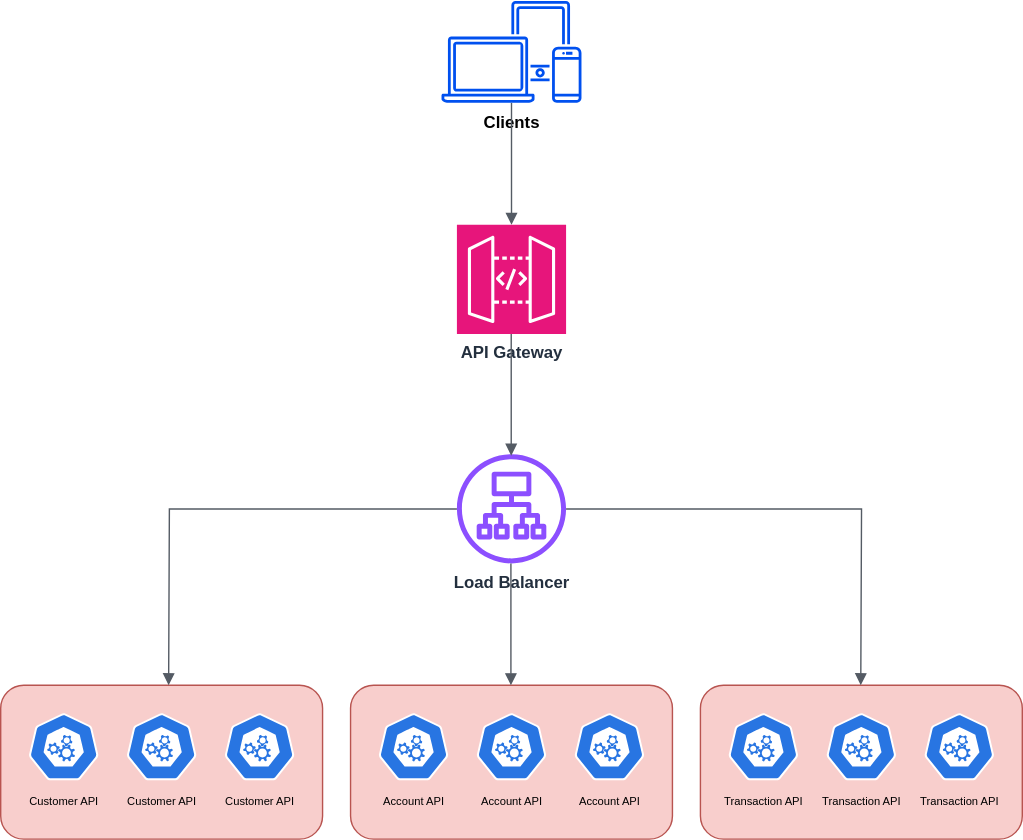
This is diagram.drawio.svg from julianjupiter/jupiterbank, a draw.io export, as it was before one commit. Source tidied: cells renumbered, new cells last; positions are measured from the earlier drawing's top-left corner, leaving out a move shared by most shapes. Its diagram source:
```xml
<mxGraphModel>
  <root>
    <mxCell id="0" />
    <mxCell id="1" parent="0" />
    <mxCell id="2" value="&lt;b&gt;&lt;font color=&quot;#000000&quot;&gt;Clients&lt;/font&gt;&lt;/b&gt;" style="sketch=0;outlineConnect=0;strokeColor=#001DBC;fillColor=#0050ef;dashed=0;verticalLabelPosition=bottom;verticalAlign=top;align=center;html=1;fontSize=12;fontStyle=0;shape=mxgraph.aws4.illustration_devices;fontColor=#ffffff;" parent="1" vertex="1">
      <mxGeometry x="315" width="100" height="73" as="geometry" />
    </mxCell>
    <mxCell id="3" value="&lt;b&gt;&lt;font style=&quot;font-size: 12px;&quot;&gt;Load Balancer&lt;/font&gt;&lt;/b&gt;" style="sketch=0;outlineConnect=0;fontColor=#232F3E;gradientColor=none;fillColor=#8C4FFF;strokeColor=none;dashed=0;verticalLabelPosition=bottom;verticalAlign=top;align=center;html=1;fontSize=12;fontStyle=0;shape=mxgraph.aws4.application_load_balancer;" parent="1" vertex="1">
      <mxGeometry x="326" y="324" width="78" height="78" as="geometry" />
    </mxCell>
    <mxCell id="4" style="edgeStyle=orthogonalEdgeStyle;html=1;endArrow=block;elbow=vertical;startArrow=none;endFill=1;strokeColor=#545B64;rounded=0;" parent="1" edge="1" source="2">
      <mxGeometry relative="1" as="geometry">
        <mxPoint x="365" y="160" as="targetPoint" />
      </mxGeometry>
    </mxCell>
    <mxCell id="5" value="&lt;font size=&quot;1&quot; style=&quot;&quot;&gt;&lt;b style=&quot;font-size: 12px;&quot;&gt;API Gateway&lt;/b&gt;&lt;/font&gt;" style="sketch=0;fontColor=#232F3E;fillColor=#E7157B;strokeColor=#ffffff;dashed=0;verticalLabelPosition=bottom;verticalAlign=top;align=center;html=1;fontSize=12;fontStyle=0;shape=mxgraph.aws4.resourceIcon;resIcon=mxgraph.aws4.api_gateway;" parent="1" vertex="1">
      <mxGeometry x="326" y="160" width="78" height="78" as="geometry" />
    </mxCell>
    <mxCell id="6" style="rounded=1;whiteSpace=wrap;html=1;fillColor=#f8cecc;strokeColor=#b85450;" parent="1" vertex="1">
      <mxGeometry y="489" width="230" height="110" as="geometry" />
    </mxCell>
    <mxCell id="7" style="edgeStyle=orthogonalEdgeStyle;html=1;endArrow=block;elbow=vertical;startArrow=none;endFill=1;strokeColor=#545B64;rounded=0;" parent="1" edge="1">
      <mxGeometry relative="1" as="geometry">
        <mxPoint x="364.8" y="238" as="sourcePoint" />
        <mxPoint x="364.8" y="325" as="targetPoint" />
      </mxGeometry>
    </mxCell>
    <mxCell id="8" value="&lt;font style=&quot;font-size: 8px;&quot;&gt;Customer API&lt;/font&gt;" style="sketch=0;html=1;dashed=0;whitespace=wrap;verticalLabelPosition=bottom;verticalAlign=top;fillColor=#2875E2;strokeColor=#ffffff;shape=mxgraph.kubernetes.icon2;prIcon=api;" parent="1" vertex="1">
      <mxGeometry x="20" y="509" width="50" height="48" as="geometry" />
    </mxCell>
    <mxCell id="9" value="&lt;font style=&quot;font-size: 8px;&quot;&gt;Customer API&lt;/font&gt;" style="sketch=0;html=1;dashed=0;whitespace=wrap;verticalLabelPosition=bottom;verticalAlign=top;fillColor=#2875E2;strokeColor=#ffffff;shape=mxgraph.kubernetes.icon2;prIcon=api;" parent="1" vertex="1">
      <mxGeometry x="90" y="509" width="50" height="48" as="geometry" />
    </mxCell>
    <mxCell id="10" value="&lt;font style=&quot;font-size: 8px;&quot;&gt;Customer API&lt;/font&gt;" style="sketch=0;html=1;dashed=0;whitespace=wrap;verticalLabelPosition=bottom;verticalAlign=top;fillColor=#2875E2;strokeColor=#ffffff;shape=mxgraph.kubernetes.icon2;prIcon=api;" parent="1" vertex="1">
      <mxGeometry x="160" y="509" width="50" height="48" as="geometry" />
    </mxCell>
    <mxCell id="11" style="rounded=1;whiteSpace=wrap;html=1;fillColor=#f8cecc;strokeColor=#b85450;" parent="1" vertex="1">
      <mxGeometry x="250" y="489" width="230" height="110" as="geometry" />
    </mxCell>
    <mxCell id="12" value="&lt;font style=&quot;font-size: 8px;&quot;&gt;Account API&lt;/font&gt;" style="sketch=0;html=1;dashed=0;whitespace=wrap;verticalLabelPosition=bottom;verticalAlign=top;fillColor=#2875E2;strokeColor=#ffffff;shape=mxgraph.kubernetes.icon2;prIcon=api;" parent="1" vertex="1">
      <mxGeometry x="270" y="509" width="50" height="48" as="geometry" />
    </mxCell>
    <mxCell id="13" value="&lt;font style=&quot;font-size: 8px;&quot;&gt;Account API&lt;/font&gt;" style="sketch=0;html=1;dashed=0;whitespace=wrap;verticalLabelPosition=bottom;verticalAlign=top;fillColor=#2875E2;strokeColor=#ffffff;shape=mxgraph.kubernetes.icon2;prIcon=api;" parent="1" vertex="1">
      <mxGeometry x="340" y="509" width="50" height="48" as="geometry" />
    </mxCell>
    <mxCell id="14" value="&lt;font style=&quot;font-size: 8px;&quot;&gt;Account API&lt;/font&gt;" style="sketch=0;html=1;dashed=0;whitespace=wrap;verticalLabelPosition=bottom;verticalAlign=top;fillColor=#2875E2;strokeColor=#ffffff;shape=mxgraph.kubernetes.icon2;prIcon=api;" parent="1" vertex="1">
      <mxGeometry x="410" y="509" width="50" height="48" as="geometry" />
    </mxCell>
    <mxCell id="15" style="rounded=1;whiteSpace=wrap;html=1;fillColor=#f8cecc;strokeColor=#b85450;" parent="1" vertex="1">
      <mxGeometry x="500" y="489" width="230" height="110" as="geometry" />
    </mxCell>
    <mxCell id="16" value="&lt;font style=&quot;font-size: 8px;&quot;&gt;Transaction API&lt;/font&gt;" style="sketch=0;html=1;dashed=0;whitespace=wrap;verticalLabelPosition=bottom;verticalAlign=top;fillColor=#2875E2;strokeColor=#ffffff;shape=mxgraph.kubernetes.icon2;prIcon=api;" parent="1" vertex="1">
      <mxGeometry x="520" y="509" width="50" height="48" as="geometry" />
    </mxCell>
    <mxCell id="17" value="&lt;font style=&quot;font-size: 8px;&quot;&gt;Transaction API&lt;/font&gt;" style="sketch=0;html=1;dashed=0;whitespace=wrap;verticalLabelPosition=bottom;verticalAlign=top;fillColor=#2875E2;strokeColor=#ffffff;shape=mxgraph.kubernetes.icon2;prIcon=api;" parent="1" vertex="1">
      <mxGeometry x="590" y="509" width="50" height="48" as="geometry" />
    </mxCell>
    <mxCell id="18" value="&lt;font style=&quot;font-size: 8px;&quot;&gt;Transaction API&lt;/font&gt;" style="sketch=0;html=1;dashed=0;whitespace=wrap;verticalLabelPosition=bottom;verticalAlign=top;fillColor=#2875E2;strokeColor=#ffffff;shape=mxgraph.kubernetes.icon2;prIcon=api;" parent="1" vertex="1">
      <mxGeometry x="660" y="509" width="50" height="48" as="geometry" />
    </mxCell>
    <mxCell id="19" style="edgeStyle=orthogonalEdgeStyle;html=1;endArrow=block;elbow=vertical;startArrow=none;endFill=1;strokeColor=#545B64;rounded=0;" parent="1" edge="1">
      <mxGeometry relative="1" as="geometry">
        <mxPoint x="364.6" y="402" as="sourcePoint" />
        <mxPoint x="364.6" y="489" as="targetPoint" />
      </mxGeometry>
    </mxCell>
    <mxCell id="20" style="edgeStyle=orthogonalEdgeStyle;html=1;endArrow=block;elbow=vertical;startArrow=none;endFill=1;strokeColor=#545B64;rounded=0;" parent="1" edge="1" source="3">
      <mxGeometry relative="1" as="geometry">
        <mxPoint x="120" y="489" as="targetPoint" />
      </mxGeometry>
    </mxCell>
    <mxCell id="21" style="edgeStyle=orthogonalEdgeStyle;html=1;endArrow=block;elbow=vertical;startArrow=none;endFill=1;strokeColor=#545B64;rounded=0;" parent="1" edge="1" source="3">
      <mxGeometry relative="1" as="geometry">
        <mxPoint x="614.6" y="489" as="targetPoint" />
      </mxGeometry>
    </mxCell>
  </root>
</mxGraphModel>
```
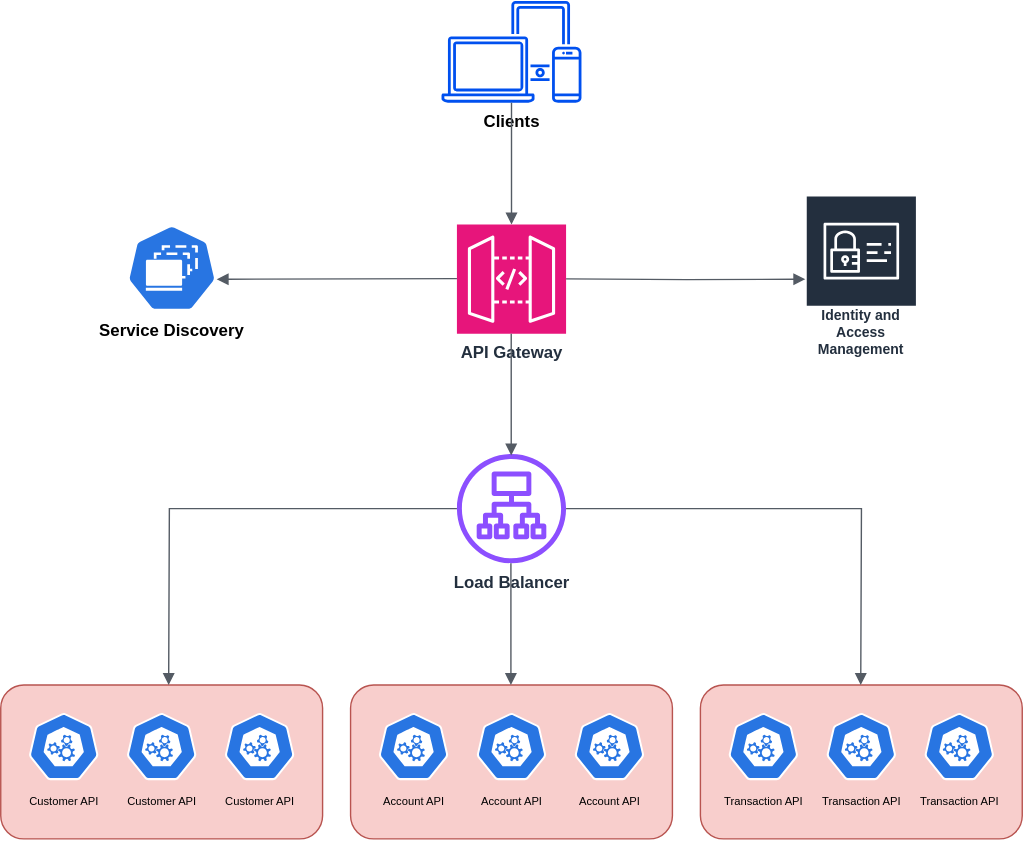
Above is the later version.

The edit, as a diff of the source:
```diff
@@ -74,5 +74,21 @@
         <mxPoint x="614.6" y="489" as="targetPoint" />
       </mxGeometry>
     </mxCell>
+    <mxCell id="22" value="Identity and Access Management" style="sketch=0;outlineConnect=0;fontColor=#232F3E;gradientColor=none;strokeColor=#ffffff;fillColor=#232F3E;dashed=0;verticalLabelPosition=middle;verticalAlign=bottom;align=center;html=1;whiteSpace=wrap;fontSize=10;fontStyle=1;spacing=3;shape=mxgraph.aws4.productIcon;prIcon=mxgraph.aws4.identity_and_access_management;" parent="1" vertex="1">
+      <mxGeometry x="575" y="139" width="80" height="120" as="geometry" />
+    </mxCell>
+    <mxCell id="23" style="edgeStyle=orthogonalEdgeStyle;html=1;endArrow=block;elbow=vertical;startArrow=none;endFill=1;strokeColor=#545B64;rounded=0;" parent="1" edge="1" target="22">
+      <mxGeometry relative="1" as="geometry">
+        <mxPoint x="404" y="198.8" as="sourcePoint" />
+      </mxGeometry>
+    </mxCell>
+    <mxCell id="24" value="&lt;b&gt;Service Discovery&lt;/b&gt;" style="sketch=0;html=1;dashed=0;whitespace=wrap;verticalLabelPosition=bottom;verticalAlign=top;fillColor=#2875E2;strokeColor=#ffffff;points=[[0.005,0.63,0],[0.1,0.2,0],[0.9,0.2,0],[0.5,0,0],[0.995,0.63,0],[0.72,0.99,0],[0.5,1,0],[0.28,0.99,0]];shape=mxgraph.kubernetes.icon2;prIcon=ds;" parent="1" vertex="1">
+      <mxGeometry x="90" y="160" width="64.6" height="62" as="geometry" />
+    </mxCell>
+    <mxCell id="25" style="edgeStyle=orthogonalEdgeStyle;html=1;endArrow=none;elbow=vertical;startArrow=block;startFill=1;strokeColor=#545B64;rounded=0;exitX=0.995;exitY=0.63;exitDx=0;exitDy=0;exitPerimeter=0;" parent="1" edge="1" source="24">
+      <mxGeometry relative="1" as="geometry">
+        <mxPoint x="326" y="198.6" as="targetPoint" />
+      </mxGeometry>
+    </mxCell>
   </root>
 </mxGraphModel>
```
